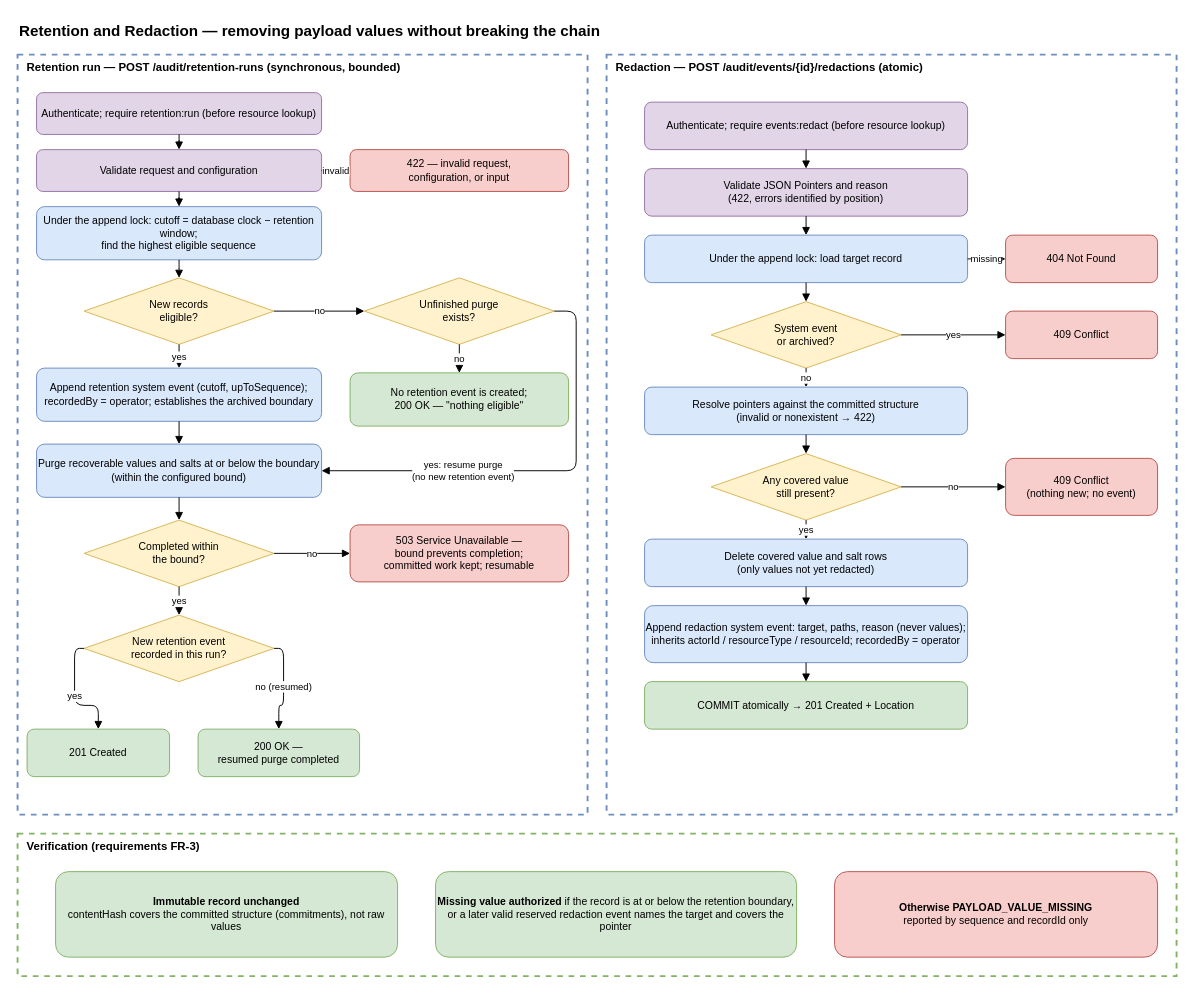
Above: docs/diagrams/retention-redaction.drawio in mthondapu/audit-log-service (draw.io), before the change. Source tidied: cells renumbered, new cells numbered last; positions are measured from the earlier drawing's top-left corner, leaving out a move shared by most shapes. Both pictures are drawn from the tidied source at 95%, with x=0, y=0 at pixel (17, 16).
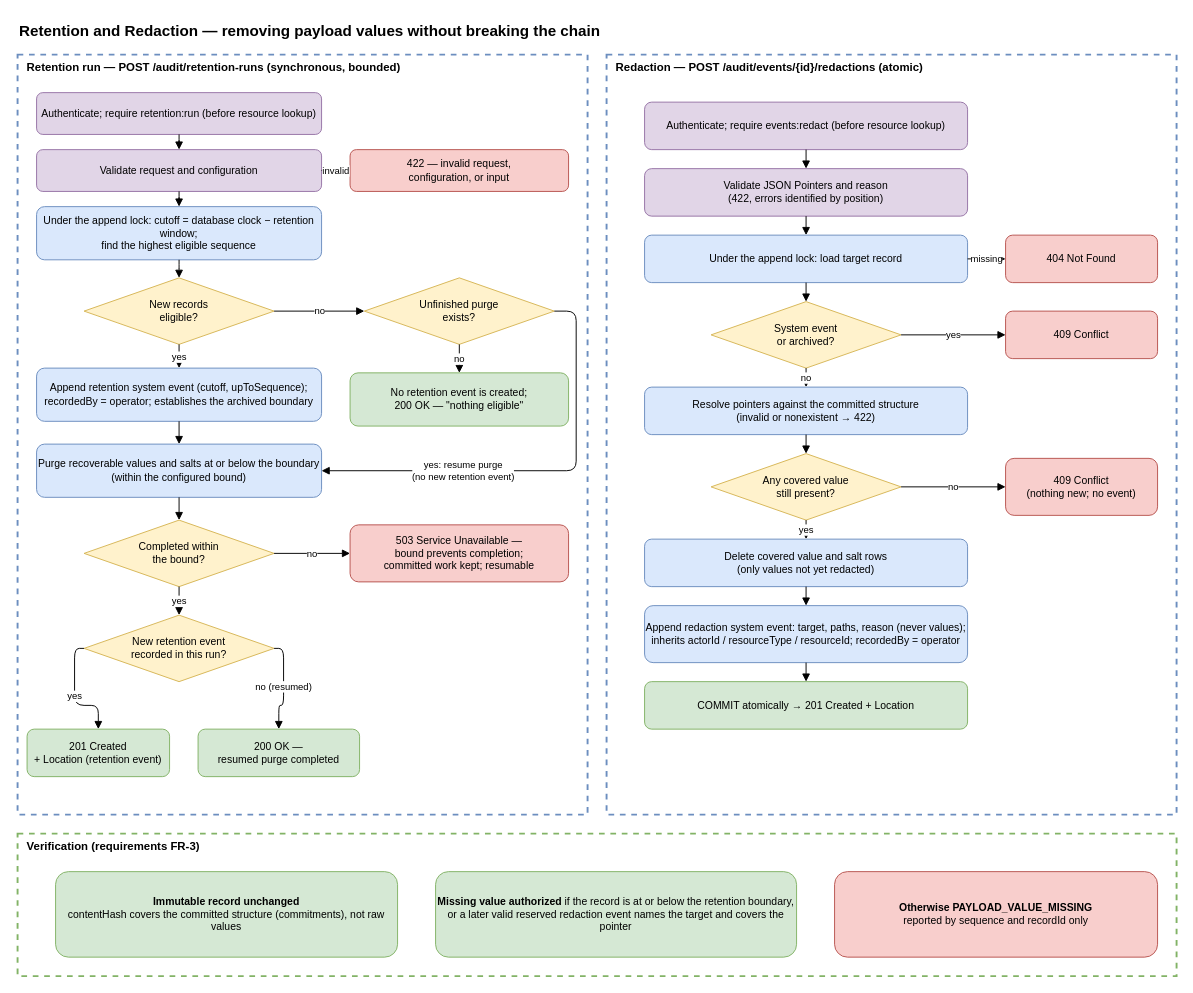
The same diagram, later.

Commit message (it also covers changes not shown here):
docs: finalize architecture decisions D1-D4

The edit, as a diff of the source:
```diff
@@
-    <mxCell id="17" value="201 Created" style="rounded=1;whiteSpace=wrap;html=1;fillColor=#d5e8d4;strokeColor=#82b366;fontSize=11;" parent="1" vertex="1">
+    <mxCell id="17" value="201 Created&lt;br&gt;+ Location (retention event)" style="rounded=1;whiteSpace=wrap;html=1;fillColor=#d5e8d4;strokeColor=#82b366;fontSize=11;" parent="1" vertex="1">
       <mxGeometry x="10" y="750" width="150" height="50" as="geometry" />
     </mxCell>
```
